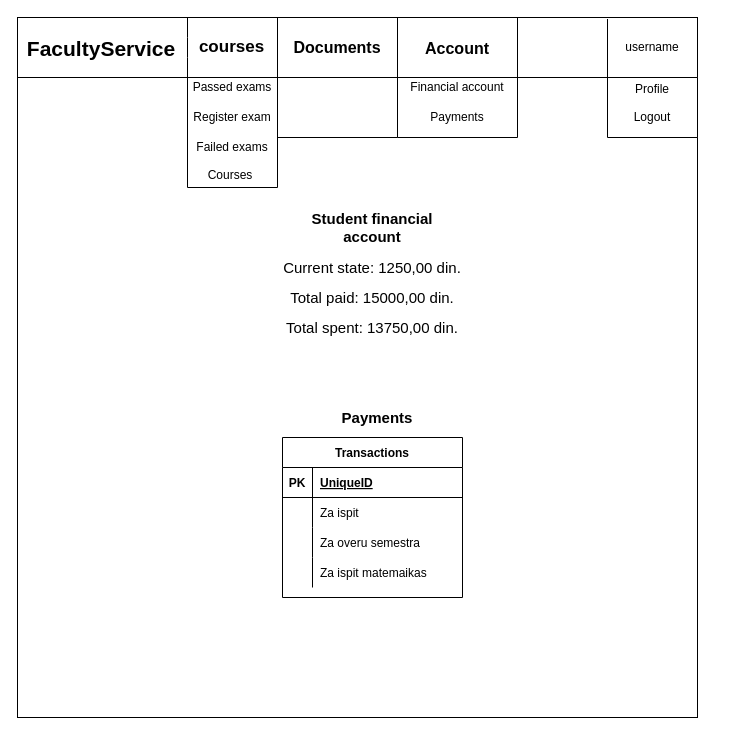
milankrunic/EObrazovanjeProjekat2021 keeps this draw.io diagram as EObrazivanjeProjekat/Wireframes/financialAccount.drawio. Above is the earlier version. Source tidied: cells renumbered, new cells numbered last; positions are measured from the earlier drawing's top-left corner, leaving out a move shared by most shapes. Both pictures are drawn from the tidied source at 100%, with x=0, y=0 at pixel (17, 17).
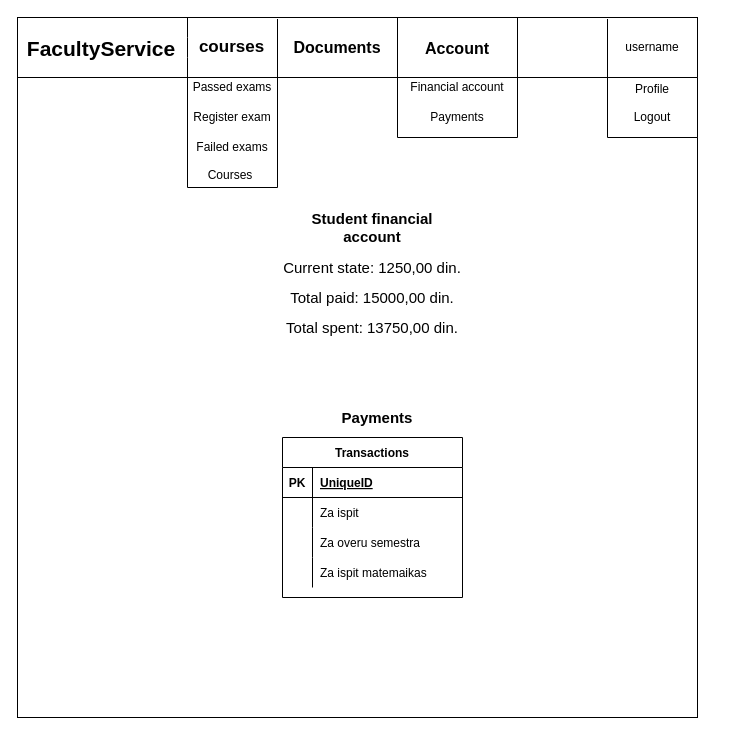
The same page after the edit.

Diff of the diagram source:
```diff
@@
-    <mxCell id="4" style="verticalLabelPosition=bottom;verticalAlign=top;html=1;shape=mxgraph.basic.rect;fillColor2=none;strokeWidth=1;size=20;indent=5;" parent="1" vertex="1">
-      <mxGeometry x="260" y="60" width="120" height="60" as="geometry" />
-    </mxCell>
@@
     <mxCell id="17" style="shape=partialRectangle;whiteSpace=wrap;html=1;right=0;top=0;bottom=0;fillColor=none;routingCenterX=-0.5;" parent="1" vertex="1">
-      <mxGeometry x="260" width="120" height="60" as="geometry" />
+      <mxGeometry x="260" y="2" width="120" height="60" as="geometry" />
     </mxCell>
```
